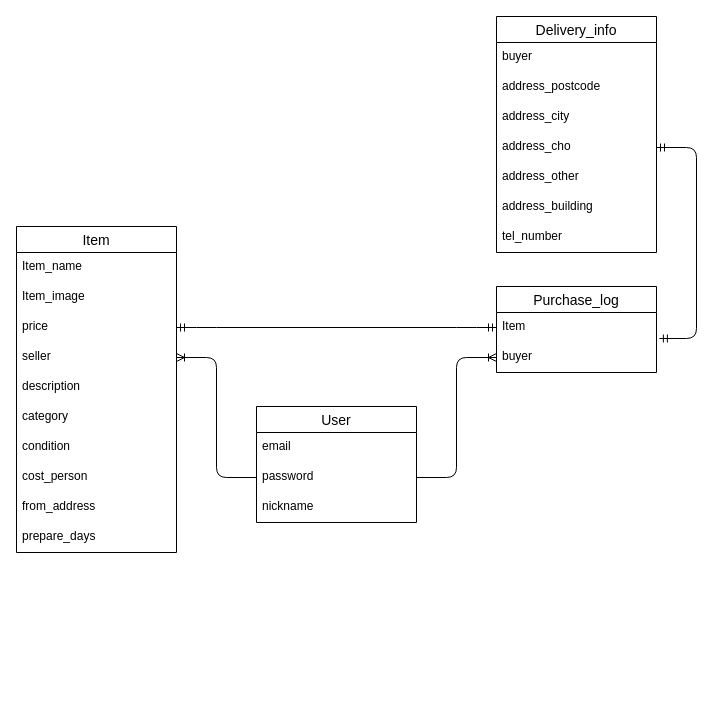
Earlier version of the draw.io diagram ER.dio (mya-24/furima-38421). Source tidied: cells renumbered, new cells numbered last; positions are measured from the earlier drawing's top-left corner, leaving out a move shared by most shapes. Both pictures are drawn from the tidied source at 100%, with x=0, y=0 at pixel (16, 16).
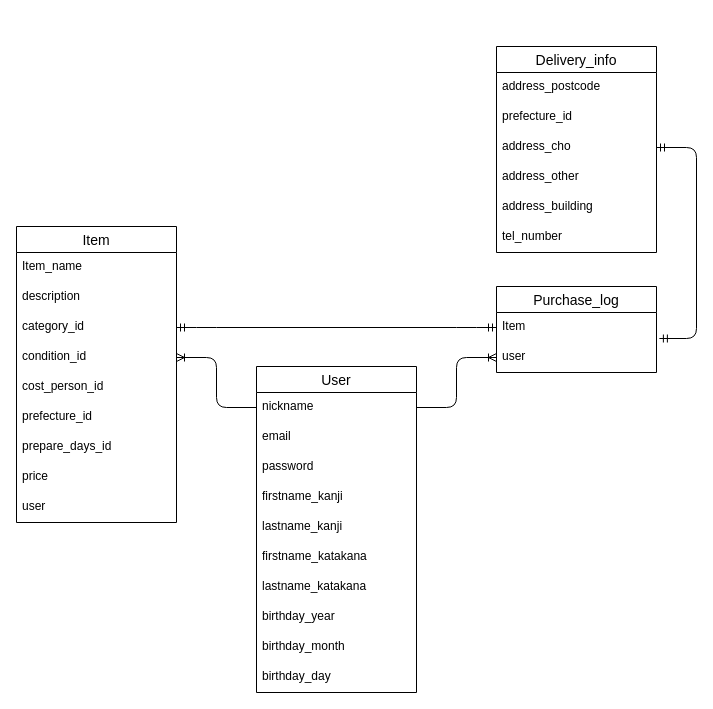
Above is the later version.

The change refers to these unchanged cells:
```xml
<mxCell id="17" value="Purchase_log" style="swimlane;fontStyle=0;horizontal=1;startSize=26;align=center;fontSize=14;" parent="1" vertex="1">
  <mxGeometry x="480" y="270" width="160" height="86" as="geometry" />
</mxCell>
<mxCell id="18" value="Item" style="text;strokeColor=none;fillColor=none;spacingLeft=4;spacingRight=4;overflow=hidden;points=[[0,0.5],[1,0.5]];portConstraint=eastwest;fontSize=12;" parent="17" vertex="1">
  <mxGeometry y="26" width="160" height="30" as="geometry" />
</mxCell>
```

The edit, as a diff of the source:
```diff
@@
     <mxCell id="2" value="User" style="swimlane;fontStyle=0;horizontal=1;startSize=26;align=center;fontSize=14;" parent="1" vertex="1">
-      <mxGeometry x="240" y="390" width="160" height="116" as="geometry" />
+      <mxGeometry x="240" y="350" width="160" height="326" as="geometry" />
     </mxCell>
+    <mxCell id="5" value="nickname" style="text;strokeColor=none;fillColor=none;spacingLeft=4;spacingRight=4;overflow=hidden;points=[[0,0.5],[1,0.5]];portConstraint=eastwest;fontSize=12;" parent="2" vertex="1">
+      <mxGeometry y="26" width="160" height="30" as="geometry" />
+    </mxCell>
     <mxCell id="3" value="email" style="text;strokeColor=none;fillColor=none;spacingLeft=4;spacingRight=4;overflow=hidden;fontSize=12;" parent="2" vertex="1">
-      <mxGeometry y="26" width="160" height="30" as="geometry" />
+      <mxGeometry y="56" width="160" height="30" as="geometry" />
     </mxCell>
     <mxCell id="4" value="password" style="text;strokeColor=none;fillColor=none;spacingLeft=4;spacingRight=4;overflow=hidden;points=[[0,0.5],[1,0.5]];portConstraint=eastwest;fontSize=12;" parent="2" vertex="1">
-      <mxGeometry y="56" width="160" height="30" as="geometry" />
+      <mxGeometry y="86" width="160" height="30" as="geometry" />
     </mxCell>
-    <mxCell id="5" value="nickname" style="text;strokeColor=none;fillColor=none;spacingLeft=4;spacingRight=4;overflow=hidden;points=[[0,0.5],[1,0.5]];portConstraint=eastwest;fontSize=12;" parent="2" vertex="1">
-      <mxGeometry y="86" width="160" height="30" as="geometry" />
-    </mxCell>
+    <mxCell id="32" value="firstname_kanji" style="text;strokeColor=none;fillColor=none;spacingLeft=4;spacingRight=4;overflow=hidden;fontSize=12;" parent="2" vertex="1">
+      <mxGeometry y="116" width="160" height="30" as="geometry" />
+    </mxCell>
+    <mxCell id="33" value="lastname_kanji" style="text;strokeColor=none;fillColor=none;spacingLeft=4;spacingRight=4;overflow=hidden;fontSize=12;" parent="2" vertex="1">
+      <mxGeometry y="146" width="160" height="30" as="geometry" />
+    </mxCell>
+    <mxCell id="34" value="firstname_katakana" style="text;strokeColor=none;fillColor=none;spacingLeft=4;spacingRight=4;overflow=hidden;fontSize=12;" parent="2" vertex="1">
+      <mxGeometry y="176" width="160" height="30" as="geometry" />
+    </mxCell>
+    <mxCell id="35" value="lastname_katakana" style="text;strokeColor=none;fillColor=none;spacingLeft=4;spacingRight=4;overflow=hidden;fontSize=12;" parent="2" vertex="1">
+      <mxGeometry y="206" width="160" height="30" as="geometry" />
+    </mxCell>
+    <mxCell id="36" value="birthday_year" style="text;strokeColor=none;fillColor=none;spacingLeft=4;spacingRight=4;overflow=hidden;fontSize=12;" parent="2" vertex="1">
+      <mxGeometry y="236" width="160" height="30" as="geometry" />
+    </mxCell>
+    <mxCell id="37" value="birthday_month" style="text;strokeColor=none;fillColor=none;spacingLeft=4;spacingRight=4;overflow=hidden;fontSize=12;" parent="2" vertex="1">
+      <mxGeometry y="266" width="160" height="30" as="geometry" />
+    </mxCell>
+    <mxCell id="38" value="birthday_day" style="text;strokeColor=none;fillColor=none;spacingLeft=4;spacingRight=4;overflow=hidden;fontSize=12;" parent="2" vertex="1">
+      <mxGeometry y="296" width="160" height="30" as="geometry" />
+    </mxCell>
     <mxCell id="6" value="Item" style="swimlane;fontStyle=0;horizontal=1;startSize=26;align=center;fontSize=14;" parent="1" vertex="1">
-      <mxGeometry y="210" width="160" height="326" as="geometry" />
+      <mxGeometry y="210" width="160" height="296" as="geometry" />
     </mxCell>
@@
-    <mxCell id="8" value="Item_image" style="text;strokeColor=none;fillColor=none;spacingLeft=4;spacingRight=4;overflow=hidden;fontSize=12;" parent="6" vertex="1">
-      <mxGeometry y="56" width="160" height="30" as="geometry" />
-    </mxCell>
-    <mxCell id="9" value="price" style="text;strokeColor=none;fillColor=none;spacingLeft=4;spacingRight=4;overflow=hidden;points=[[0,0.5],[1,0.5]];portConstraint=eastwest;fontSize=12;" parent="6" vertex="1">
-      <mxGeometry y="86" width="160" height="30" as="geometry" />
-    </mxCell>
-    <mxCell id="10" value="seller" style="text;strokeColor=none;fillColor=none;spacingLeft=4;spacingRight=4;overflow=hidden;points=[[0,0.5],[1,0.5]];portConstraint=eastwest;fontSize=12;" parent="6" vertex="1">
-      <mxGeometry y="116" width="160" height="30" as="geometry" />
-    </mxCell>
     <mxCell id="11" value="description" style="text;strokeColor=none;fillColor=none;spacingLeft=4;spacingRight=4;overflow=hidden;fontSize=12;" parent="6" vertex="1">
-      <mxGeometry y="146" width="160" height="30" as="geometry" />
+      <mxGeometry y="56" width="160" height="30" as="geometry" />
     </mxCell>
-    <mxCell id="12" value="category" style="text;strokeColor=none;fillColor=none;spacingLeft=4;spacingRight=4;overflow=hidden;points=[[0,0.5],[1,0.5]];portConstraint=eastwest;fontSize=12;" parent="6" vertex="1">
-      <mxGeometry y="176" width="160" height="30" as="geometry" />
+    <mxCell id="12" value="category_id" style="text;strokeColor=none;fillColor=none;spacingLeft=4;spacingRight=4;overflow=hidden;points=[[0,0.5],[1,0.5]];portConstraint=eastwest;fontSize=12;" parent="6" vertex="1">
+      <mxGeometry y="86" width="160" height="30" as="geometry" />
     </mxCell>
-    <mxCell id="13" value="condition" style="text;strokeColor=none;fillColor=none;spacingLeft=4;spacingRight=4;overflow=hidden;points=[[0,0.5],[1,0.5]];portConstraint=eastwest;fontSize=12;" parent="6" vertex="1">
-      <mxGeometry y="206" width="160" height="30" as="geometry" />
+    <mxCell id="13" value="condition_id" style="text;strokeColor=none;fillColor=none;spacingLeft=4;spacingRight=4;overflow=hidden;points=[[0,0.5],[1,0.5]];portConstraint=eastwest;fontSize=12;" parent="6" vertex="1">
+      <mxGeometry y="116" width="160" height="30" as="geometry" />
     </mxCell>
-    <mxCell id="14" value="cost_person" style="text;strokeColor=none;fillColor=none;spacingLeft=4;spacingRight=4;overflow=hidden;fontSize=12;" parent="6" vertex="1">
-      <mxGeometry y="236" width="160" height="30" as="geometry" />
+    <mxCell id="14" value="cost_person_id" style="text;strokeColor=none;fillColor=none;spacingLeft=4;spacingRight=4;overflow=hidden;fontSize=12;" parent="6" vertex="1">
+      <mxGeometry y="146" width="160" height="30" as="geometry" />
     </mxCell>
-    <mxCell id="15" value="from_address" style="text;strokeColor=none;fillColor=none;spacingLeft=4;spacingRight=4;overflow=hidden;fontSize=12;" parent="6" vertex="1">
-      <mxGeometry y="266" width="160" height="30" as="geometry" />
+    <mxCell id="15" value="prefecture_id" style="text;strokeColor=none;fillColor=none;spacingLeft=4;spacingRight=4;overflow=hidden;fontSize=12;" parent="6" vertex="1">
+      <mxGeometry y="176" width="160" height="30" as="geometry" />
     </mxCell>
-    <mxCell id="16" value="prepare_days" style="text;strokeColor=none;fillColor=none;spacingLeft=4;spacingRight=4;overflow=hidden;fontSize=12;" parent="6" vertex="1">
-      <mxGeometry y="296" width="160" height="30" as="geometry" />
+    <mxCell id="16" value="prepare_days_id" style="text;strokeColor=none;fillColor=none;spacingLeft=4;spacingRight=4;overflow=hidden;fontSize=12;" parent="6" vertex="1">
+      <mxGeometry y="206" width="160" height="30" as="geometry" />
     </mxCell>
+    <mxCell id="9" value="price" style="text;strokeColor=none;fillColor=none;spacingLeft=4;spacingRight=4;overflow=hidden;points=[[0,0.5],[1,0.5]];portConstraint=eastwest;fontSize=12;" parent="6" vertex="1">
+      <mxGeometry y="236" width="160" height="30" as="geometry" />
+    </mxCell>
+    <mxCell id="10" value="user" style="text;strokeColor=none;fillColor=none;spacingLeft=4;spacingRight=4;overflow=hidden;points=[[0,0.5],[1,0.5]];portConstraint=eastwest;fontSize=12;" parent="6" vertex="1">
+      <mxGeometry y="266" width="160" height="30" as="geometry" />
+    </mxCell>
@@
-    <mxCell id="19" value="buyer" style="text;strokeColor=none;fillColor=none;spacingLeft=4;spacingRight=4;overflow=hidden;points=[[0,0.5],[1,0.5]];portConstraint=eastwest;fontSize=12;" parent="17" vertex="1">
+    <mxCell id="19" value="user" style="text;strokeColor=none;fillColor=none;spacingLeft=4;spacingRight=4;overflow=hidden;points=[[0,0.5],[1,0.5]];portConstraint=eastwest;fontSize=12;" parent="17" vertex="1">
       <mxGeometry y="56" width="160" height="30" as="geometry" />
     </mxCell>
     <mxCell id="20" value="Delivery_info" style="swimlane;fontStyle=0;horizontal=1;startSize=26;align=center;fontSize=14;" parent="1" vertex="1">
-      <mxGeometry x="480" width="160" height="236" as="geometry" />
+      <mxGeometry x="480" y="30" width="160" height="206" as="geometry" />
     </mxCell>
-    <mxCell id="21" value="buyer" style="text;strokeColor=none;fillColor=none;spacingLeft=4;spacingRight=4;overflow=hidden;fontSize=12;" parent="20" vertex="1">
-      <mxGeometry y="26" width="160" height="30" as="geometry" />
-    </mxCell>
     <mxCell id="22" value="address_postcode" style="text;strokeColor=none;fillColor=none;spacingLeft=4;spacingRight=4;overflow=hidden;fontSize=12;" parent="20" vertex="1">
-      <mxGeometry y="56" width="160" height="30" as="geometry" />
+      <mxGeometry y="26" width="160" height="30" as="geometry" />
     </mxCell>
-    <mxCell id="23" value="address_city" style="text;strokeColor=none;fillColor=none;spacingLeft=4;spacingRight=4;overflow=hidden;fontSize=12;" parent="20" vertex="1">
-      <mxGeometry y="86" width="160" height="30" as="geometry" />
+    <mxCell id="23" value="prefecture_id" style="text;strokeColor=none;fillColor=none;spacingLeft=4;spacingRight=4;overflow=hidden;fontSize=12;" parent="20" vertex="1">
+      <mxGeometry y="56" width="160" height="30" as="geometry" />
     </mxCell>
     <mxCell id="24" value="address_cho" style="text;strokeColor=none;fillColor=none;spacingLeft=4;spacingRight=4;overflow=hidden;points=[[0,0.5],[1,0.5]];portConstraint=eastwest;fontSize=12;" parent="20" vertex="1">
-      <mxGeometry y="116" width="160" height="30" as="geometry" />
+      <mxGeometry y="86" width="160" height="30" as="geometry" />
     </mxCell>
     <mxCell id="25" value="address_other" style="text;strokeColor=none;fillColor=none;spacingLeft=4;spacingRight=4;overflow=hidden;fontSize=12;" parent="20" vertex="1">
-      <mxGeometry y="146" width="160" height="30" as="geometry" />
+      <mxGeometry y="116" width="160" height="30" as="geometry" />
     </mxCell>
     <mxCell id="26" value="address_building" style="text;strokeColor=none;fillColor=none;spacingLeft=4;spacingRight=4;overflow=hidden;fontSize=12;" parent="20" vertex="1">
-      <mxGeometry y="176" width="160" height="30" as="geometry" />
+      <mxGeometry y="146" width="160" height="30" as="geometry" />
     </mxCell>
     <mxCell id="27" value="tel_number" style="text;strokeColor=none;fillColor=none;spacingLeft=4;spacingRight=4;overflow=hidden;fontSize=12;" parent="20" vertex="1">
-      <mxGeometry y="206" width="160" height="30" as="geometry" />
+      <mxGeometry y="176" width="160" height="30" as="geometry" />
     </mxCell>
-    <mxCell id="28" style="fontSize=12;html=1;endArrow=ERoneToMany;entryX=1;entryY=0.5;entryDx=0;entryDy=0;exitX=0;exitY=0.5;exitDx=0;exitDy=0;" parent="1" edge="1" source="4" target="10">
+    <mxCell id="28" style="fontSize=12;html=1;endArrow=ERoneToMany;entryX=1;entryY=0.5;entryDx=0;entryDy=0;exitX=0;exitY=0.5;exitDx=0;exitDy=0;" parent="1" edge="1" source="5" target="13">
       <mxGeometry relative="1" as="geometry">
         <Array as="points">
-          <mxPoint x="200" y="461" />
+          <mxPoint x="200" y="391" />
           <mxPoint x="200" y="341" />
         </Array>
       </mxGeometry>
     </mxCell>
@@
-    <mxCell id="30" style="edgeStyle=orthogonalEdgeStyle;fontSize=12;html=1;endArrow=ERoneToMany;exitX=1;exitY=0.5;exitDx=0;exitDy=0;entryX=0;entryY=0.5;entryDx=0;entryDy=0;" parent="1" edge="1" source="4" target="19">
+    <mxCell id="30" style="edgeStyle=orthogonalEdgeStyle;fontSize=12;html=1;endArrow=ERoneToMany;exitX=1;exitY=0.5;exitDx=0;exitDy=0;entryX=0;entryY=0.5;entryDx=0;entryDy=0;" parent="1" edge="1" source="5" target="19">
       <mxGeometry relative="1" as="geometry" />
     </mxCell>
-    <mxCell id="31" style="edgeStyle=entityRelationEdgeStyle;fontSize=12;html=1;endArrow=ERmandOne;startArrow=ERmandOne;exitX=1;exitY=0.5;exitDx=0;exitDy=0;entryX=0;entryY=0.5;entryDx=0;entryDy=0;" parent="1" edge="1" source="9" target="18">
+    <mxCell id="31" style="edgeStyle=entityRelationEdgeStyle;fontSize=12;html=1;endArrow=ERmandOne;startArrow=ERmandOne;exitX=1;exitY=0.5;exitDx=0;exitDy=0;entryX=0;entryY=0.5;entryDx=0;entryDy=0;" parent="1" edge="1" source="12" target="18">
       <mxGeometry relative="1" as="geometry" />
     </mxCell>
```
